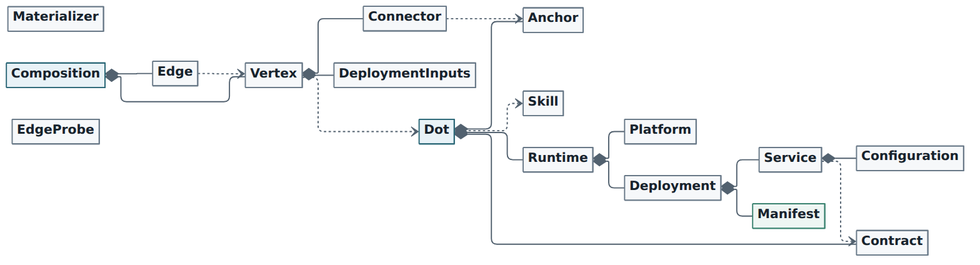
Above: DOT-Design/next/dot-design/_images/diagrams/domain-a4.png in MARE-EU-Project/DOT-Docs (Mermaid), before the change. Its source is kept beside it as DOT-Design/next/dot-design/_attachments/diagrams/domain-a4.mmd.
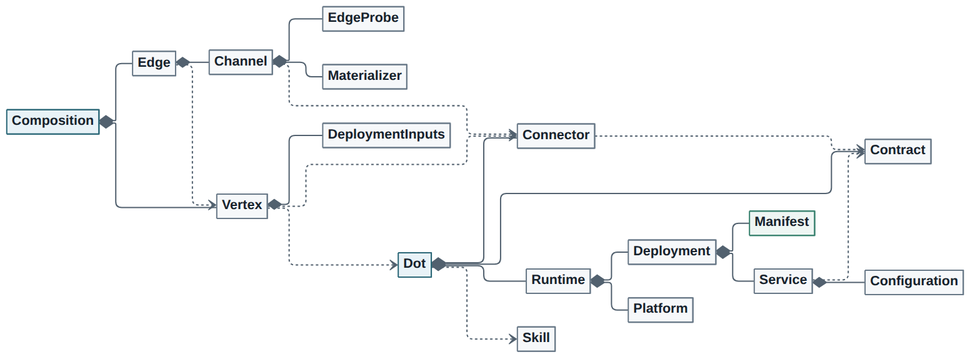
Above is the later version.

Diff of the diagram source:
```diff
@@ -15,7 +15,7 @@
   class Dot
   class Skill
   class Contract
-  class Anchor
+  class Connector
   class Runtime
   class Platform
   class Deployment
@@ -25,17 +25,19 @@
   class Composition
   class Vertex
   class Edge
-  class Connector
+  class Channel
   class Materializer
   class DeploymentInputs
   class EdgeProbe
   Dot ..> Skill
-  Dot *-- Anchor
+  Dot *-- Connector
   Dot *-- Contract
   Dot *-- Runtime
+  Channel *-- EdgeProbe
+  Channel *-- Materializer
   Composition *-- Edge
   Composition *-- Vertex
-  Vertex *-- Connector
+  Edge *-- Channel
   Vertex *-- DeploymentInputs
   Deployment *-- Service
   Deployment *-- Manifest
@@ -45,17 +47,19 @@
   Runtime *-- Platform
   Vertex ..> Dot
   Edge ..> Vertex
-  Connector ..> Anchor
+  Channel ..> Connector
+  Vertex ..> Connector
+  Connector ..> Contract
   style Dot fill:#e8f2f7,stroke:#2b6777,color:#17232d,stroke-width:1.5px
   style Skill fill:#f6f8fa,stroke:#687887,color:#17232d,stroke-width:1.5px
-  style Anchor fill:#f6f8fa,stroke:#687887,color:#17232d,stroke-width:1.5px
+  style Channel fill:#f6f8fa,stroke:#687887,color:#17232d,stroke-width:1.5px
   style Composition fill:#e8f2f7,stroke:#2b6777,color:#17232d,stroke-width:1.5px
-  style Connector fill:#f6f8fa,stroke:#687887,color:#17232d,stroke-width:1.5px
   style DeploymentInputs fill:#f6f8fa,stroke:#687887,color:#17232d,stroke-width:1.5px
   style Edge fill:#f6f8fa,stroke:#687887,color:#17232d,stroke-width:1.5px
   style EdgeProbe fill:#f6f8fa,stroke:#687887,color:#17232d,stroke-width:1.5px
   style Materializer fill:#f6f8fa,stroke:#687887,color:#17232d,stroke-width:1.5px
   style Vertex fill:#f6f8fa,stroke:#687887,color:#17232d,stroke-width:1.5px
+  style Connector fill:#f6f8fa,stroke:#687887,color:#17232d,stroke-width:1.5px
   style Contract fill:#f6f8fa,stroke:#687887,color:#17232d,stroke-width:1.5px
   style Deployment fill:#f6f8fa,stroke:#687887,color:#17232d,stroke-width:1.5px
   style Service fill:#f6f8fa,stroke:#687887,color:#17232d,stroke-width:1.5px
```
